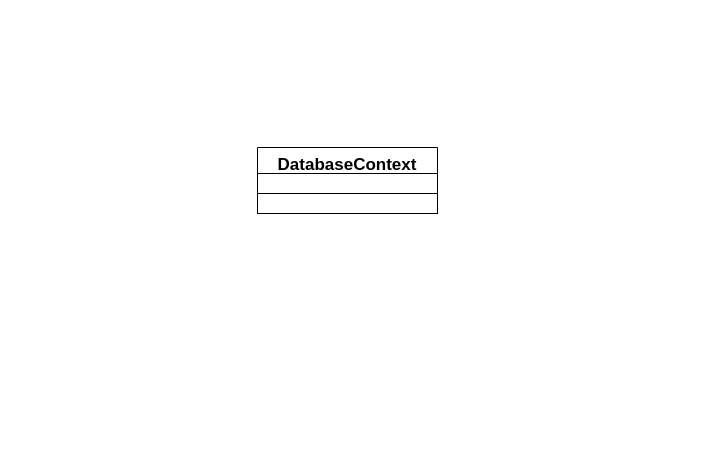
The draw.io diagram page "DatabaseSending" (7 of 11) of Engineering/Packets-detailed.drawio in GoldGreen/Skeletonization, before the edit. Source tidied: cells renumbered, new cells numbered last; positions are measured from the earlier drawing's top-left corner, leaving out a move shared by most shapes. Both pictures are drawn from the tidied source at 100%, with x=0, y=0 at pixel (257, 147).
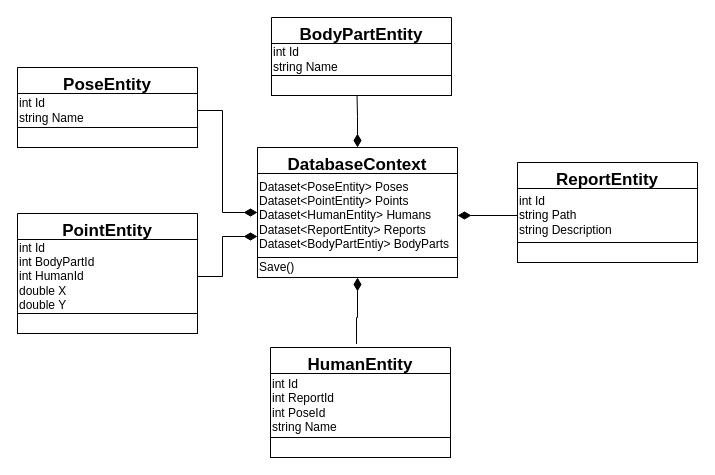
After the change.

Change to the diagram source:
```diff
@@
+    <mxCell id="5" style="edgeStyle=orthogonalEdgeStyle;rounded=0;jettySize=auto;html=1;exitX=0;exitY=0.5;exitDx=0;exitDy=0;entryX=1;entryY=0.5;entryDx=0;entryDy=0;fontSize=12;startArrow=diamondThin;startFill=1;endArrow=none;endFill=0;startSize=11;endSize=12;" parent="1" edge="1" source="2" target="14">
+      <mxGeometry relative="1" as="geometry" />
+    </mxCell>
+    <mxCell id="6" style="edgeStyle=orthogonalEdgeStyle;rounded=0;jettySize=auto;html=1;exitX=0.5;exitY=0;exitDx=0;exitDy=0;entryX=0.475;entryY=0.948;entryDx=0;entryDy=0;entryPerimeter=0;fontSize=12;startArrow=diamondThin;startFill=1;endArrow=none;endFill=0;startSize=11;endSize=12;" parent="1" edge="1" source="2" target="21">
+      <mxGeometry relative="1" as="geometry" />
+    </mxCell>
     <mxCell id="2" value="DatabaseContext" style="swimlane;fontStyle=1;align=center;verticalAlign=top;horizontal=1;startSize=26;fontSize=17;" parent="1" vertex="1">
-      <mxGeometry width="180" height="66" as="geometry" />
+      <mxGeometry width="200" height="130" as="geometry" />
     </mxCell>
-    <mxCell id="3" style="rounded=0;whiteSpace=wrap;html=1;fontFamily=Helvetica;fontSize=12;fontColor=default;startSize=26;strokeColor=default;fillColor=default;align=left;" parent="2" vertex="1">
-      <mxGeometry y="26" width="180" height="20" as="geometry" />
+    <mxCell id="3" value="Dataset&amp;lt;PoseEntity&amp;gt; Poses&lt;br&gt;Dataset&amp;lt;PointEntity&amp;gt; Points&lt;br&gt;Dataset&amp;lt;HumanEntity&amp;gt; Humans&lt;br&gt;Dataset&amp;lt;ReportEntity&amp;gt; Reports&lt;br&gt;Dataset&amp;lt;BodyPartEntiy&amp;gt; BodyParts" style="rounded=0;whiteSpace=wrap;html=1;fontFamily=Helvetica;fontSize=12;fontColor=default;startSize=26;strokeColor=default;fillColor=default;align=left;" parent="2" vertex="1">
+      <mxGeometry y="26" width="200" height="84" as="geometry" />
     </mxCell>
-    <mxCell id="4" style="rounded=0;whiteSpace=wrap;html=1;fontFamily=Helvetica;fontSize=12;fontColor=default;startSize=26;strokeColor=default;fillColor=default;align=left;" parent="2" vertex="1">
-      <mxGeometry y="46" width="180" height="20" as="geometry" />
+    <mxCell id="4" value="Save()" style="rounded=0;whiteSpace=wrap;html=1;fontFamily=Helvetica;fontSize=12;fontColor=default;startSize=26;strokeColor=default;fillColor=default;align=left;" parent="2" vertex="1">
+      <mxGeometry y="110" width="200" height="20" as="geometry" />
     </mxCell>
+    <mxCell id="7" value="HumanEntity" style="swimlane;fontStyle=1;align=center;verticalAlign=top;horizontal=1;startSize=26;fontSize=17;" parent="1" vertex="1">
+      <mxGeometry x="13" y="200" width="180" height="110" as="geometry" />
+    </mxCell>
+    <mxCell id="8" value="int Id&lt;br&gt;int ReportId&lt;br&gt;int PoseId&lt;br&gt;string Name" style="rounded=0;whiteSpace=wrap;html=1;fontFamily=Helvetica;fontSize=12;fontColor=default;startSize=26;strokeColor=default;fillColor=default;align=left;" parent="7" vertex="1">
+      <mxGeometry y="26" width="180" height="64" as="geometry" />
+    </mxCell>
+    <mxCell id="9" style="rounded=0;whiteSpace=wrap;html=1;fontFamily=Helvetica;fontSize=12;fontColor=default;startSize=26;strokeColor=default;fillColor=default;align=left;" parent="7" vertex="1">
+      <mxGeometry y="90" width="180" height="20" as="geometry" />
+    </mxCell>
+    <mxCell id="10" value="ReportEntity" style="swimlane;fontStyle=1;align=center;verticalAlign=top;horizontal=1;startSize=26;fontSize=17;" parent="1" vertex="1">
+      <mxGeometry x="260" y="15" width="180" height="100" as="geometry" />
+    </mxCell>
+    <mxCell id="11" value="int Id&lt;br&gt;string Path&lt;br&gt;string Description" style="rounded=0;whiteSpace=wrap;html=1;fontFamily=Helvetica;fontSize=12;fontColor=default;startSize=26;strokeColor=default;fillColor=default;align=left;" parent="10" vertex="1">
+      <mxGeometry y="26" width="180" height="54" as="geometry" />
+    </mxCell>
+    <mxCell id="12" style="rounded=0;whiteSpace=wrap;html=1;fontFamily=Helvetica;fontSize=12;fontColor=default;startSize=26;strokeColor=default;fillColor=default;align=left;" parent="10" vertex="1">
+      <mxGeometry y="80" width="180" height="20" as="geometry" />
+    </mxCell>
+    <mxCell id="13" value="PoseEntity" style="swimlane;fontStyle=1;align=center;verticalAlign=top;horizontal=1;startSize=26;fontSize=17;" parent="1" vertex="1">
+      <mxGeometry x="-240" y="-80" width="180" height="80" as="geometry" />
+    </mxCell>
+    <mxCell id="14" value="&lt;span&gt;int Id&lt;/span&gt;&lt;br&gt;&lt;span&gt;string Name&lt;/span&gt;" style="rounded=0;whiteSpace=wrap;html=1;fontFamily=Helvetica;fontSize=12;fontColor=default;startSize=26;strokeColor=default;fillColor=default;align=left;" parent="13" vertex="1">
+      <mxGeometry y="26" width="180" height="34" as="geometry" />
+    </mxCell>
+    <mxCell id="15" style="rounded=0;whiteSpace=wrap;html=1;fontFamily=Helvetica;fontSize=12;fontColor=default;startSize=26;strokeColor=default;fillColor=default;align=left;" parent="13" vertex="1">
+      <mxGeometry y="60" width="180" height="20" as="geometry" />
+    </mxCell>
+    <mxCell id="16" value="PointEntity" style="swimlane;fontStyle=1;align=center;verticalAlign=top;horizontal=1;startSize=26;fontSize=17;" parent="1" vertex="1">
+      <mxGeometry x="-240" y="66" width="180" height="120" as="geometry" />
+    </mxCell>
+    <mxCell id="17" value="int Id&lt;br&gt;int BodyPartId&lt;br&gt;int HumanId&lt;br&gt;double X&lt;br&gt;double Y" style="rounded=0;whiteSpace=wrap;html=1;fontFamily=Helvetica;fontSize=12;fontColor=default;startSize=26;strokeColor=default;fillColor=default;align=left;" parent="16" vertex="1">
+      <mxGeometry y="26" width="180" height="74" as="geometry" />
+    </mxCell>
+    <mxCell id="18" style="rounded=0;whiteSpace=wrap;html=1;fontFamily=Helvetica;fontSize=12;fontColor=default;startSize=26;strokeColor=default;fillColor=default;align=left;" parent="16" vertex="1">
+      <mxGeometry y="100" width="180" height="20" as="geometry" />
+    </mxCell>
+    <mxCell id="19" value="BodyPartEntity" style="swimlane;fontStyle=1;align=center;verticalAlign=top;horizontal=1;startSize=26;fontSize=17;" parent="1" vertex="1">
+      <mxGeometry x="14" y="-130" width="180" height="78" as="geometry" />
+    </mxCell>
+    <mxCell id="20" value="int Id&lt;br&gt;string Name" style="rounded=0;whiteSpace=wrap;html=1;fontFamily=Helvetica;fontSize=12;fontColor=default;startSize=26;strokeColor=default;fillColor=default;align=left;" parent="19" vertex="1">
+      <mxGeometry y="26" width="180" height="32" as="geometry" />
+    </mxCell>
+    <mxCell id="21" style="rounded=0;whiteSpace=wrap;html=1;fontFamily=Helvetica;fontSize=12;fontColor=default;startSize=26;strokeColor=default;fillColor=default;align=left;" parent="19" vertex="1">
+      <mxGeometry y="58" width="180" height="20" as="geometry" />
+    </mxCell>
+    <mxCell id="22" style="edgeStyle=orthogonalEdgeStyle;rounded=0;jettySize=auto;html=1;exitX=1;exitY=0.5;exitDx=0;exitDy=0;entryX=0;entryY=0.5;entryDx=0;entryDy=0;fontSize=12;startArrow=diamondThin;startFill=1;endArrow=none;endFill=0;startSize=11;endSize=12;" parent="1" edge="1" source="3" target="11">
+      <mxGeometry relative="1" as="geometry" />
+    </mxCell>
+    <mxCell id="23" style="edgeStyle=orthogonalEdgeStyle;rounded=0;jettySize=auto;html=1;exitX=0;exitY=0.75;exitDx=0;exitDy=0;entryX=1;entryY=0.5;entryDx=0;entryDy=0;fontSize=12;startArrow=diamondThin;startFill=1;endArrow=none;endFill=0;startSize=11;endSize=12;" parent="1" edge="1" source="3" target="17">
+      <mxGeometry relative="1" as="geometry" />
+    </mxCell>
+    <mxCell id="24" style="edgeStyle=orthogonalEdgeStyle;rounded=0;jettySize=auto;html=1;exitX=0.5;exitY=1;exitDx=0;exitDy=0;entryX=0.478;entryY=-0.032;entryDx=0;entryDy=0;entryPerimeter=0;fontSize=12;startArrow=diamondThin;startFill=1;endArrow=none;endFill=0;startSize=11;endSize=12;" parent="1" edge="1" source="4" target="7">
+      <mxGeometry relative="1" as="geometry" />
+    </mxCell>
```
